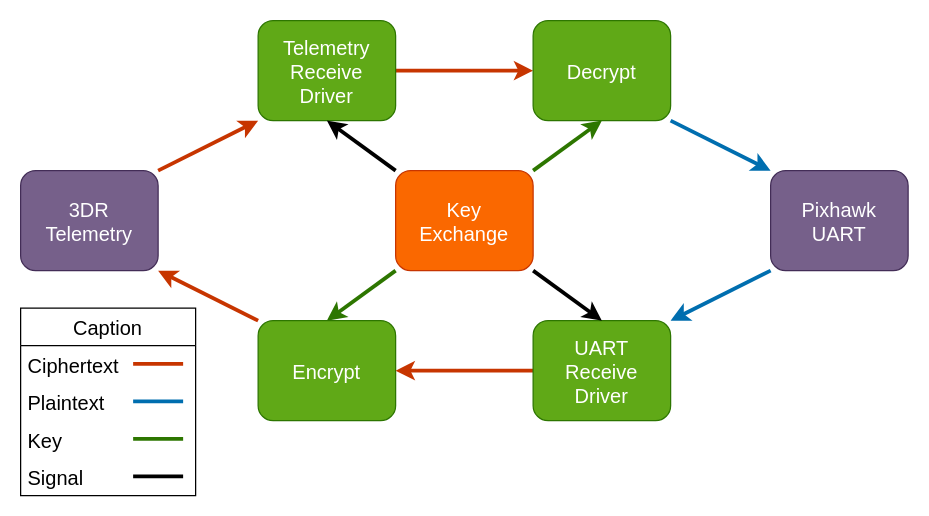
Above: pics/comm.drawio in colorglass/seL4_rpi4 (draw.io), before the change. Source tidied: cells renumbered, new cells numbered last; positions are measured from the earlier drawing's top-left corner, leaving out a move shared by most shapes. Both pictures are drawn from the tidied source at 125%, with x=0, y=0 at pixel (20, 20).
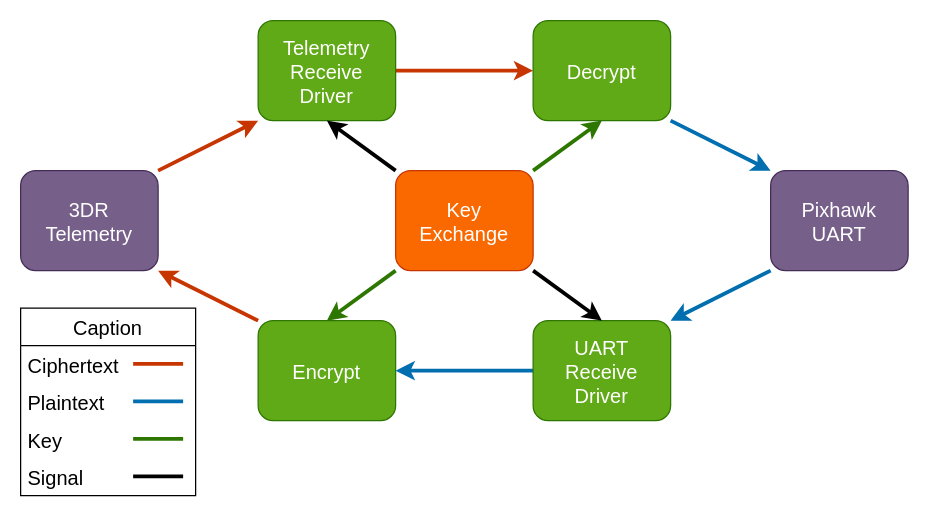
After the change.

Unchanged cells that the change refers to:
```xml
<mxCell id="9" value="Encrypt" style="rounded=1;fillColor=#60a917;fontColor=#ffffff;strokeColor=#2D7600;fontSize=16;" parent="1" vertex="1">
  <mxGeometry x="190" y="240" width="110" height="80" as="geometry" />
</mxCell>
<mxCell id="22" value="UART&#10;Receive&#10;Driver" style="rounded=1;fillColor=#60a917;fontColor=#ffffff;strokeColor=#2D7600;fontSize=16;" parent="1" vertex="1">
  <mxGeometry x="410" y="240" width="110" height="80" as="geometry" />
</mxCell>
```

Change to the diagram source:
```diff
@@
-    <mxCell id="21" style="edgeStyle=none;exitX=0;exitY=0.5;exitDx=0;exitDy=0;entryX=1;entryY=0.5;entryDx=0;entryDy=0;strokeWidth=3;fillColor=#fa6800;strokeColor=#C73500;" parent="1" edge="1" source="22" target="9">
+    <mxCell id="21" style="edgeStyle=none;exitX=0;exitY=0.5;exitDx=0;exitDy=0;entryX=1;entryY=0.5;entryDx=0;entryDy=0;strokeWidth=3;fillColor=#1ba1e2;strokeColor=#006EAF;" parent="1" edge="1" source="22" target="9">
       <mxGeometry relative="1" as="geometry" />
     </mxCell>
```
